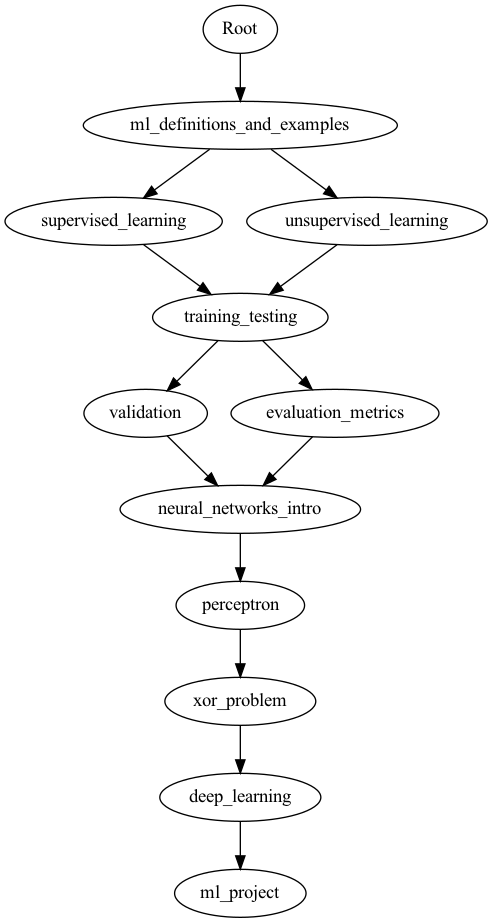
The Graphviz diagram day2_tree.gv.png in b-castleman/aiphabet-mab-tutoring, before a commit. Its source is kept beside it as day2_tree.gv. The source it was exported from:
```dot
strict digraph {
	ml_definitions_and_examples [label=ml_definitions_and_examples]
	Root -> ml_definitions_and_examples [contraint=true]
	ml_definitions_and_examples -> supervised_learning [contraint=true]
	ml_definitions_and_examples -> unsupervised_learning [contraint=true]
	supervised_learning -> training_testing [contraint=true]
	unsupervised_learning -> training_testing [contraint=true]
	training_testing -> validation [contraint=true]
	training_testing -> evaluation_metrics [contraint=true]
	validation -> neural_networks_intro [contraint=true]
	evaluation_metrics -> neural_networks_intro [contraint=true]
	neural_networks_intro -> perceptron [contraint=true]
	perceptron -> xor_problem [contraint=true]
	xor_problem -> deep_learning [contraint=true]
	deep_learning -> ml_project [contraint=true]
	supervised_learning [label=supervised_learning]
	Root -> ml_definitions_and_examples [contraint=true]
	ml_definitions_and_examples -> supervised_learning [contraint=true]
	ml_definitions_and_examples -> unsupervised_learning [contraint=true]
	supervised_learning -> training_testing [contraint=true]
	unsupervised_learning -> training_testing [contraint=true]
	training_testing -> validation [contraint=true]
	training_testing -> evaluation_metrics [contraint=true]
	validation -> neural_networks_intro [contraint=true]
	evaluation_metrics -> neural_networks_intro [contraint=true]
	neural_networks_intro -> perceptron [contraint=true]
	perceptron -> xor_problem [contraint=true]
	xor_problem -> deep_learning [contraint=true]
	deep_learning -> ml_project [contraint=true]
	unsupervised_learning [label=unsupervised_learning]
	Root -> ml_definitions_and_examples [contraint=true]
	ml_definitions_and_examples -> supervised_learning [contraint=true]
	ml_definitions_and_examples -> unsupervised_learning [contraint=true]
	supervised_learning -> training_testing [contraint=true]
	unsupervised_learning -> training_testing [contraint=true]
	training_testing -> validation [contraint=true]
	training_testing -> evaluation_metrics [contraint=true]
	validation -> neural_networks_intro [contraint=true]
	evaluation_metrics -> neural_networks_intro [contraint=true]
	neural_networks_intro -> perceptron [contraint=true]
	perceptron -> xor_problem [contraint=true]
	xor_problem -> deep_learning [contraint=true]
	deep_learning -> ml_project [contraint=true]
	training_testing [label=training_testing]
	Root -> ml_definitions_and_examples [contraint=true]
	ml_definitions_and_examples -> supervised_learning [contraint=true]
	ml_definitions_and_examples -> unsupervised_learning [contraint=true]
	supervised_learning -> training_testing [contraint=true]
	unsupervised_learning -> training_testing [contraint=true]
	training_testing -> validation [contraint=true]
	training_testing -> evaluation_metrics [contraint=true]
	validation -> neural_networks_intro [contraint=true]
	evaluation_metrics -> neural_networks_intro [contraint=true]
	neural_networks_intro -> perceptron [contraint=true]
	perceptron -> xor_problem [contraint=true]
	xor_problem -> deep_learning [contraint=true]
	deep_learning -> ml_project [contraint=true]
	validation [label=validation]
	Root -> ml_definitions_and_examples [contraint=true]
	ml_definitions_and_examples -> supervised_learning [contraint=true]
	ml_definitions_and_examples -> unsupervised_learning [contraint=true]
	supervised_learning -> training_testing [contraint=true]
	unsupervised_learning -> training_testing [contraint=true]
	training_testing -> validation [contraint=true]
	training_testing -> evaluation_metrics [contraint=true]
	validation -> neural_networks_intro [contraint=true]
	evaluation_metrics -> neural_networks_intro [contraint=true]
	neural_networks_intro -> perceptron [contraint=true]
	perceptron -> xor_problem [contraint=true]
	xor_problem -> deep_learning [contraint=true]
	deep_learning -> ml_project [contraint=true]
	evaluation_metrics [label=evaluation_metrics]
	Root -> ml_definitions_and_examples [contraint=true]
	ml_definitions_and_examples -> supervised_learning [contraint=true]
	ml_definitions_and_examples -> unsupervised_learning [contraint=true]
	supervised_learning -> training_testing [contraint=true]
	unsupervised_learning -> training_testing [contraint=true]
	training_testing -> validation [contraint=true]
	training_testing -> evaluation_metrics [contraint=true]
	validation -> neural_networks_intro [contraint=true]
	evaluation_metrics -> neural_networks_intro [contraint=true]
	neural_networks_intro -> perceptron [contraint=true]
	perceptron -> xor_problem [contraint=true]
	xor_problem -> deep_learning [contraint=true]
	deep_learning -> ml_project [contraint=true]
	neural_networks_intro [label=neural_networks_intro]
	Root -> ml_definitions_and_examples [contraint=true]
	ml_definitions_and_examples -> supervised_learning [contraint=true]
	ml_definitions_and_examples -> unsupervised_learning [contraint=true]
	supervised_learning -> training_testing [contraint=true]
	unsupervised_learning -> training_testing [contraint=true]
	training_testing -> validation [contraint=true]
	training_testing -> evaluation_metrics [contraint=true]
	validation -> neural_networks_intro [contraint=true]
	evaluation_metrics -> neural_networks_intro [contraint=true]
	neural_networks_intro -> perceptron [contraint=true]
	perceptron -> xor_problem [contraint=true]
	xor_problem -> deep_learning [contraint=true]
	deep_learning -> ml_project [contraint=true]
	perceptron [label=perceptron]
	Root -> ml_definitions_and_examples [contraint=true]
	ml_definitions_and_examples -> supervised_learning [contraint=true]
	ml_definitions_and_examples -> unsupervised_learning [contraint=true]
	supervised_learning -> training_testing [contraint=true]
	unsupervised_learning -> training_testing [contraint=true]
	training_testing -> validation [contraint=true]
	training_testing -> evaluation_metrics [contraint=true]
	validation -> neural_networks_intro [contraint=true]
	evaluation_metrics -> neural_networks_intro [contraint=true]
	neural_networks_intro -> perceptron [contraint=true]
	perceptron -> xor_problem [contraint=true]
	xor_problem -> deep_learning [contraint=true]
	deep_learning -> ml_project [contraint=true]
	xor_problem [label=xor_problem]
	Root -> ml_definitions_and_examples [contraint=true]
	ml_definitions_and_examples -> supervised_learning [contraint=true]
	ml_definitions_and_examples -> unsupervised_learning [contraint=true]
	supervised_learning -> training_testing [contraint=true]
	unsupervised_learning -> training_testing [contraint=true]
	training_testing -> validation [contraint=true]
	training_testing -> evaluation_metrics [contraint=true]
	validation -> neural_networks_intro [contraint=true]
	evaluation_metrics -> neural_networks_intro [contraint=true]
	neural_networks_intro -> perceptron [contraint=true]
	perceptron -> xor_problem [contraint=true]
	xor_problem -> deep_learning [contraint=true]
	deep_learning -> ml_project [contraint=true]
	deep_learning [label=deep_learning]
	Root -> ml_definitions_and_examples [contraint=true]
	ml_definitions_and_examples -> supervised_learning [contraint=true]
	ml_definitions_and_examples -> unsupervised_learning [contraint=true]
	supervised_learning -> training_testing [contraint=true]
	unsupervised_learning -> training_testing [contraint=true]
	training_testing -> validation [contraint=true]
	training_testing -> evaluation_metrics [contraint=true]
	validation -> neural_networks_intro [contraint=true]
	evaluation_metrics -> neural_networks_intro [contraint=true]
	neural_networks_intro -> perceptron [contraint=true]
	perceptron -> xor_problem [contraint=true]
	xor_problem -> deep_learning [contraint=true]
	deep_learning -> ml_project [contraint=true]
	ml_project [label=ml_project]
	Root -> ml_definitions_and_examples [contraint=true]
	ml_definitions_and_examples -> supervised_learning [contraint=true]
	ml_definitions_and_examples -> unsupervised_learning [contraint=true]
	supervised_learning -> training_testing [contraint=true]
	unsupervised_learning -> training_testing [contraint=true]
	training_testing -> validation [contraint=true]
	training_testing -> evaluation_metrics [contraint=true]
	validation -> neural_networks_intro [contraint=true]
	evaluation_metrics -> neural_networks_intro [contraint=true]
	neural_networks_intro -> perceptron [contraint=true]
	perceptron -> xor_problem [contraint=true]
	xor_problem -> deep_learning [contraint=true]
	deep_learning -> ml_project [contraint=true]
}
```
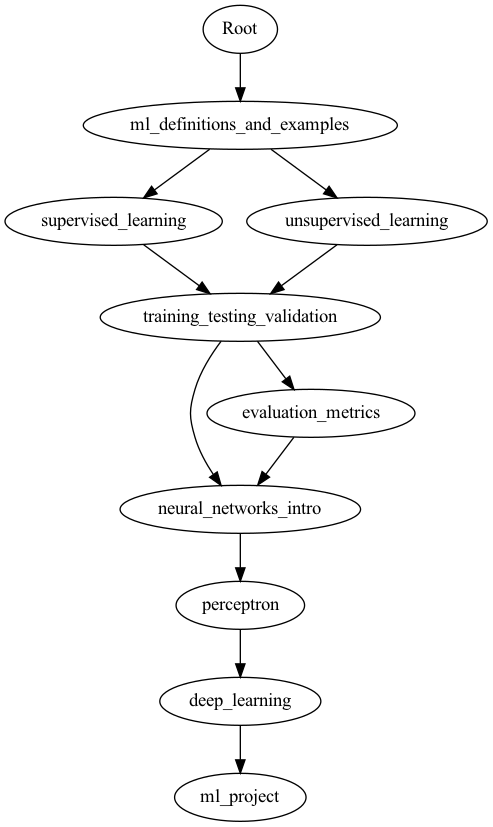
After the change.

The edit, as a diff of the source:
```diff
@@ -3,154 +3,108 @@
 	Root -> ml_definitions_and_examples [contraint=true]
 	ml_definitions_and_examples -> supervised_learning [contraint=true]
 	ml_definitions_and_examples -> unsupervised_learning [contraint=true]
-	supervised_learning -> training_testing [contraint=true]
-	unsupervised_learning -> training_testing [contraint=true]
-	training_testing -> validation [contraint=true]
-	training_testing -> evaluation_metrics [contraint=true]
-	validation -> neural_networks_intro [contraint=true]
+	supervised_learning -> training_testing_validation [contraint=true]
+	unsupervised_learning -> training_testing_validation [contraint=true]
+	training_testing_validation -> neural_networks_intro [contraint=true]
+	training_testing_validation -> evaluation_metrics [contraint=true]
 	evaluation_metrics -> neural_networks_intro [contraint=true]
 	neural_networks_intro -> perceptron [contraint=true]
-	perceptron -> xor_problem [contraint=true]
-	xor_problem -> deep_learning [contraint=true]
+	perceptron -> deep_learning [contraint=true]
 	deep_learning -> ml_project [contraint=true]
 	supervised_learning [label=supervised_learning]
 	Root -> ml_definitions_and_examples [contraint=true]
 	ml_definitions_and_examples -> supervised_learning [contraint=true]
 	ml_definitions_and_examples -> unsupervised_learning [contraint=true]
-	supervised_learning -> training_testing [contraint=true]
-	unsupervised_learning -> training_testing [contraint=true]
-	training_testing -> validation [contraint=true]
-	training_testing -> evaluation_metrics [contraint=true]
-	validation -> neural_networks_intro [contraint=true]
+	supervised_learning -> training_testing_validation [contraint=true]
+	unsupervised_learning -> training_testing_validation [contraint=true]
+	training_testing_validation -> neural_networks_intro [contraint=true]
+	training_testing_validation -> evaluation_metrics [contraint=true]
 	evaluation_metrics -> neural_networks_intro [contraint=true]
 	neural_networks_intro -> perceptron [contraint=true]
-	perceptron -> xor_problem [contraint=true]
-	xor_problem -> deep_learning [contraint=true]
+	perceptron -> deep_learning [contraint=true]
 	deep_learning -> ml_project [contraint=true]
 	unsupervised_learning [label=unsupervised_learning]
 	Root -> ml_definitions_and_examples [contraint=true]
 	ml_definitions_and_examples -> supervised_learning [contraint=true]
 	ml_definitions_and_examples -> unsupervised_learning [contraint=true]
-	supervised_learning -> training_testing [contraint=true]
-	unsupervised_learning -> training_testing [contraint=true]
-	training_testing -> validation [contraint=true]
-	training_testing -> evaluation_metrics [contraint=true]
-	validation -> neural_networks_intro [contraint=true]
+	supervised_learning -> training_testing_validation [contraint=true]
+	unsupervised_learning -> training_testing_validation [contraint=true]
+	training_testing_validation -> neural_networks_intro [contraint=true]
+	training_testing_validation -> evaluation_metrics [contraint=true]
 	evaluation_metrics -> neural_networks_intro [contraint=true]
 	neural_networks_intro -> perceptron [contraint=true]
-	perceptron -> xor_problem [contraint=true]
-	xor_problem -> deep_learning [contraint=true]
+	perceptron -> deep_learning [contraint=true]
 	deep_learning -> ml_project [contraint=true]
-	training_testing [label=training_testing]
+	training_testing_validation [label=training_testing_validation]
 	Root -> ml_definitions_and_examples [contraint=true]
 	ml_definitions_and_examples -> supervised_learning [contraint=true]
 	ml_definitions_and_examples -> unsupervised_learning [contraint=true]
-	supervised_learning -> training_testing [contraint=true]
-	unsupervised_learning -> training_testing [contraint=true]
-	training_testing -> validation [contraint=true]
-	training_testing -> evaluation_metrics [contraint=true]
-	validation -> neural_networks_intro [contraint=true]
+	supervised_learning -> training_testing_validation [contraint=true]
+	unsupervised_learning -> training_testing_validation [contraint=true]
+	training_testing_validation -> neural_networks_intro [contraint=true]
+	training_testing_validation -> evaluation_metrics [contraint=true]
 	evaluation_metrics -> neural_networks_intro [contraint=true]
 	neural_networks_intro -> perceptron [contraint=true]
-	perceptron -> xor_problem [contraint=true]
-	xor_problem -> deep_learning [contraint=true]
-	deep_learning -> ml_project [contraint=true]
-	validation [label=validation]
-	Root -> ml_definitions_and_examples [contraint=true]
-	ml_definitions_and_examples -> supervised_learning [contraint=true]
-	ml_definitions_and_examples -> unsupervised_learning [contraint=true]
-	supervised_learning -> training_testing [contraint=true]
-	unsupervised_learning -> training_testing [contraint=true]
-	training_testing -> validation [contraint=true]
-	training_testing -> evaluation_metrics [contraint=true]
-	validation -> neural_networks_intro [contraint=true]
-	evaluation_metrics -> neural_networks_intro [contraint=true]
-	neural_networks_intro -> perceptron [contraint=true]
-	perceptron -> xor_problem [contraint=true]
-	xor_problem -> deep_learning [contraint=true]
+	perceptron -> deep_learning [contraint=true]
 	deep_learning -> ml_project [contraint=true]
 	evaluation_metrics [label=evaluation_metrics]
 	Root -> ml_definitions_and_examples [contraint=true]
 	ml_definitions_and_examples -> supervised_learning [contraint=true]
 	ml_definitions_and_examples -> unsupervised_learning [contraint=true]
-	supervised_learning -> training_testing [contraint=true]
-	unsupervised_learning -> training_testing [contraint=true]
-	training_testing -> validation [contraint=true]
-	training_testing -> evaluation_metrics [contraint=true]
-	validation -> neural_networks_intro [contraint=true]
+	supervised_learning -> training_testing_validation [contraint=true]
+	unsupervised_learning -> training_testing_validation [contraint=true]
+	training_testing_validation -> neural_networks_intro [contraint=true]
+	training_testing_validation -> evaluation_metrics [contraint=true]
 	evaluation_metrics -> neural_networks_intro [contraint=true]
 	neural_networks_intro -> perceptron [contraint=true]
-	perceptron -> xor_problem [contraint=true]
-	xor_problem -> deep_learning [contraint=true]
+	perceptron -> deep_learning [contraint=true]
 	deep_learning -> ml_project [contraint=true]
 	neural_networks_intro [label=neural_networks_intro]
 	Root -> ml_definitions_and_examples [contraint=true]
 	ml_definitions_and_examples -> supervised_learning [contraint=true]
 	ml_definitions_and_examples -> unsupervised_learning [contraint=true]
-	supervised_learning -> training_testing [contraint=true]
-	unsupervised_learning -> training_testing [contraint=true]
-	training_testing -> validation [contraint=true]
-	training_testing -> evaluation_metrics [contraint=true]
-	validation -> neural_networks_intro [contraint=true]
+	supervised_learning -> training_testing_validation [contraint=true]
+	unsupervised_learning -> training_testing_validation [contraint=true]
+	training_testing_validation -> neural_networks_intro [contraint=true]
+	training_testing_validation -> evaluation_metrics [contraint=true]
 	evaluation_metrics -> neural_networks_intro [contraint=true]
 	neural_networks_intro -> perceptron [contraint=true]
-	perceptron -> xor_problem [contraint=true]
-	xor_problem -> deep_learning [contraint=true]
+	perceptron -> deep_learning [contraint=true]
 	deep_learning -> ml_project [contraint=true]
 	perceptron [label=perceptron]
 	Root -> ml_definitions_and_examples [contraint=true]
 	ml_definitions_and_examples -> supervised_learning [contraint=true]
 	ml_definitions_and_examples -> unsupervised_learning [contraint=true]
-	supervised_learning -> training_testing [contraint=true]
-	unsupervised_learning -> training_testing [contraint=true]
-	training_testing -> validation [contraint=true]
-	training_testing -> evaluation_metrics [contraint=true]
-	validation -> neural_networks_intro [contraint=true]
+	supervised_learning -> training_testing_validation [contraint=true]
+	unsupervised_learning -> training_testing_validation [contraint=true]
+	training_testing_validation -> neural_networks_intro [contraint=true]
+	training_testing_validation -> evaluation_metrics [contraint=true]
 	evaluation_metrics -> neural_networks_intro [contraint=true]
 	neural_networks_intro -> perceptron [contraint=true]
-	perceptron -> xor_problem [contraint=true]
-	xor_problem -> deep_learning [contraint=true]
-	deep_learning -> ml_project [contraint=true]
-	xor_problem [label=xor_problem]
-	Root -> ml_definitions_and_examples [contraint=true]
-	ml_definitions_and_examples -> supervised_learning [contraint=true]
-	ml_definitions_and_examples -> unsupervised_learning [contraint=true]
-	supervised_learning -> training_testing [contraint=true]
-	unsupervised_learning -> training_testing [contraint=true]
-	training_testing -> validation [contraint=true]
-	training_testing -> evaluation_metrics [contraint=true]
-	validation -> neural_networks_intro [contraint=true]
-	evaluation_metrics -> neural_networks_intro [contraint=true]
-	neural_networks_intro -> perceptron [contraint=true]
-	perceptron -> xor_problem [contraint=true]
-	xor_problem -> deep_learning [contraint=true]
+	perceptron -> deep_learning [contraint=true]
 	deep_learning -> ml_project [contraint=true]
 	deep_learning [label=deep_learning]
 	Root -> ml_definitions_and_examples [contraint=true]
 	ml_definitions_and_examples -> supervised_learning [contraint=true]
 	ml_definitions_and_examples -> unsupervised_learning [contraint=true]
-	supervised_learning -> training_testing [contraint=true]
-	unsupervised_learning -> training_testing [contraint=true]
-	training_testing -> validation [contraint=true]
-	training_testing -> evaluation_metrics [contraint=true]
-	validation -> neural_networks_intro [contraint=true]
+	supervised_learning -> training_testing_validation [contraint=true]
+	unsupervised_learning -> training_testing_validation [contraint=true]
+	training_testing_validation -> neural_networks_intro [contraint=true]
+	training_testing_validation -> evaluation_metrics [contraint=true]
 	evaluation_metrics -> neural_networks_intro [contraint=true]
 	neural_networks_intro -> perceptron [contraint=true]
-	perceptron -> xor_problem [contraint=true]
-	xor_problem -> deep_learning [contraint=true]
+	perceptron -> deep_learning [contraint=true]
 	deep_learning -> ml_project [contraint=true]
 	ml_project [label=ml_project]
 	Root -> ml_definitions_and_examples [contraint=true]
 	ml_definitions_and_examples -> supervised_learning [contraint=true]
 	ml_definitions_and_examples -> unsupervised_learning [contraint=true]
-	supervised_learning -> training_testing [contraint=true]
-	unsupervised_learning -> training_testing [contraint=true]
-	training_testing -> validation [contraint=true]
-	training_testing -> evaluation_metrics [contraint=true]
-	validation -> neural_networks_intro [contraint=true]
+	supervised_learning -> training_testing_validation [contraint=true]
+	unsupervised_learning -> training_testing_validation [contraint=true]
+	training_testing_validation -> neural_networks_intro [contraint=true]
+	training_testing_validation -> evaluation_metrics [contraint=true]
 	evaluation_metrics -> neural_networks_intro [contraint=true]
 	neural_networks_intro -> perceptron [contraint=true]
-	perceptron -> xor_problem [contraint=true]
-	xor_problem -> deep_learning [contraint=true]
+	perceptron -> deep_learning [contraint=true]
 	deep_learning -> ml_project [contraint=true]
 }
```
